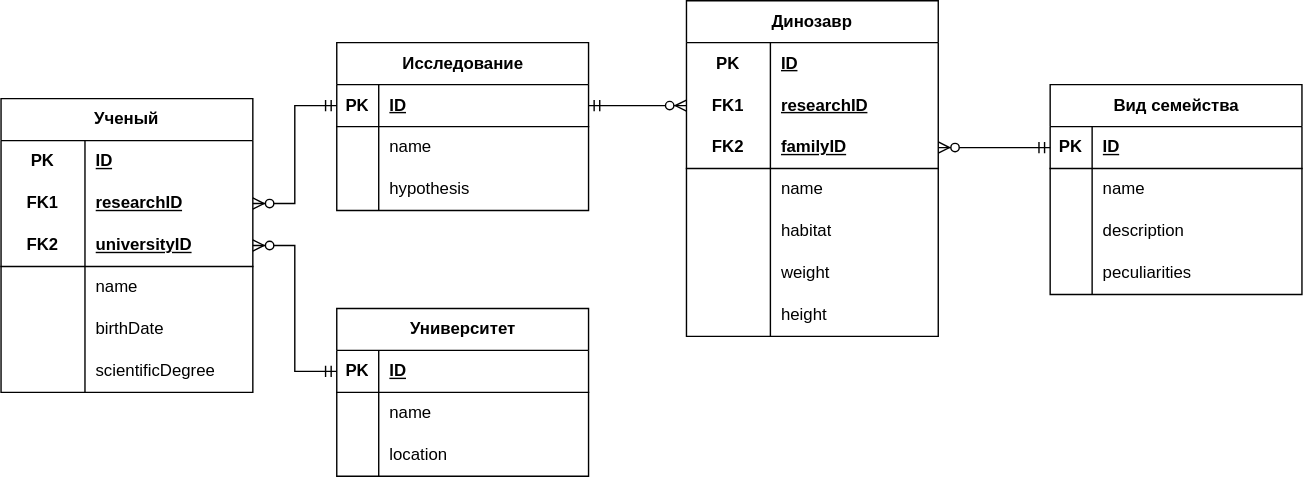
The draw.io diagram DataScience/lab1/bd.drawio.svg in yargames1/ITMO, before a commit. Source tidied: cells renumbered, new cells last; positions are measured from the earlier drawing's top-left corner, leaving out a move shared by most shapes.
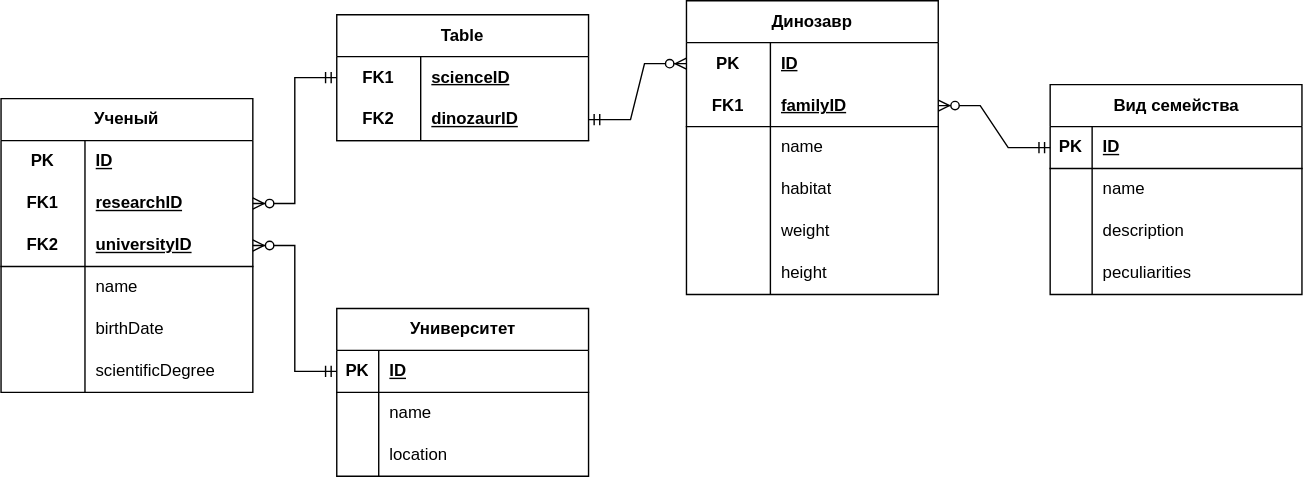
Later version of the same file.

Diff of the diagram source:
```diff
@@ -96,41 +96,11 @@
         </Array>
       </mxGeometry>
     </mxCell>
-    <mxCell id="32" value="&lt;span style=&quot;text-wrap-mode: wrap;&quot;&gt;Исследование&lt;/span&gt;" style="shape=table;startSize=30;rowLines=0;fontStyle=1;align=center;html=1;" parent="1" vertex="1">
-      <mxGeometry x="240" y="30" width="180" height="120" as="geometry" />
-    </mxCell>
-    <mxCell id="33" style="shape=tableRow;horizontal=0;startSize=0;swimlaneHead=0;swimlaneBody=0;fillColor=none;points=[[0,0.5],[1,0.5]];portConstraint=eastwest;top=0;left=0;right=0;bottom=1;" parent="32" vertex="1">
-      <mxGeometry y="30" width="180" height="30" as="geometry" />
-    </mxCell>
-    <mxCell id="34" value="PK" style="shape=partialRectangle;fillColor=none;top=0;left=0;bottom=0;right=0;fontStyle=1;overflow=hidden;whiteSpace=wrap;html=1;" parent="33" vertex="1">
-      <mxGeometry width="30" height="30" as="geometry" />
-    </mxCell>
-    <mxCell id="35" value="ID" style="shape=partialRectangle;fillColor=none;top=0;left=0;bottom=0;right=0;align=left;spacingLeft=6;fontStyle=5;overflow=hidden;whiteSpace=wrap;html=1;" parent="33" vertex="1">
-      <mxGeometry x="30" width="150" height="30" as="geometry" />
-    </mxCell>
-    <mxCell id="36" style="shape=tableRow;horizontal=0;startSize=0;swimlaneHead=0;swimlaneBody=0;fillColor=none;top=0;left=0;right=0;bottom=0;" parent="32" vertex="1">
-      <mxGeometry y="60" width="180" height="30" as="geometry" />
-    </mxCell>
-    <mxCell id="37" style="shape=partialRectangle;fillColor=none;top=0;left=0;bottom=0;right=0;overflow=hidden;whiteSpace=wrap;html=1;" parent="36" vertex="1">
-      <mxGeometry width="30" height="30" as="geometry" />
-    </mxCell>
-    <mxCell id="38" value="name" style="shape=partialRectangle;fillColor=none;top=0;left=0;bottom=0;right=0;align=left;spacingLeft=6;overflow=hidden;whiteSpace=wrap;html=1;" parent="36" vertex="1">
-      <mxGeometry x="30" width="150" height="30" as="geometry" />
-    </mxCell>
-    <mxCell id="39" style="shape=tableRow;horizontal=0;startSize=0;swimlaneHead=0;swimlaneBody=0;fillColor=none;top=0;left=0;right=0;bottom=0;" parent="32" vertex="1">
-      <mxGeometry y="90" width="180" height="30" as="geometry" />
-    </mxCell>
-    <mxCell id="40" style="shape=partialRectangle;fillColor=none;top=0;left=0;bottom=0;right=0;overflow=hidden;whiteSpace=wrap;html=1;" parent="39" vertex="1">
-      <mxGeometry width="30" height="30" as="geometry" />
-    </mxCell>
-    <mxCell id="41" value="hypothesis" style="shape=partialRectangle;fillColor=none;top=0;left=0;bottom=0;right=0;align=left;spacingLeft=6;overflow=hidden;whiteSpace=wrap;html=1;" parent="39" vertex="1">
-      <mxGeometry x="30" width="150" height="30" as="geometry" />
-    </mxCell>
-    <mxCell id="42" style="edgeStyle=entityRelationEdgeStyle;fontSize=12;html=1;endArrow=ERzeroToMany;startArrow=ERmandOne;rounded=0;exitX=0;exitY=0.5;exitDx=0;exitDy=0;entryX=1;entryY=0.5;entryDx=0;entryDy=0;" parent="1" edge="1" source="33" target="16">
+    <mxCell id="42" style="edgeStyle=entityRelationEdgeStyle;fontSize=12;html=1;endArrow=ERzeroToMany;startArrow=ERmandOne;rounded=0;exitX=0;exitY=0.5;exitDx=0;exitDy=0;entryX=1;entryY=0.5;entryDx=0;entryDy=0;" parent="1" edge="1" source="81" target="16">
       <mxGeometry relative="1" as="geometry" />
     </mxCell>
     <mxCell id="43" value="Динозавр" style="shape=table;startSize=30;rowLines=0;fontStyle=1;align=center;html=1;whiteSpace=wrap;" parent="1" vertex="1">
-      <mxGeometry x="490" width="180" height="240" as="geometry" />
+      <mxGeometry x="490" width="180" height="210" as="geometry" />
     </mxCell>
     <mxCell id="44" style="shape=tableRow;horizontal=0;startSize=0;swimlaneHead=0;swimlaneBody=0;fillColor=none;points=[[0,0.5],[1,0.5]];portConstraint=eastwest;top=0;left=0;right=0;bottom=0;html=1;" parent="43" vertex="1">
       <mxGeometry y="30" width="180" height="30" as="geometry" />
@@ -141,26 +111,17 @@
     <mxCell id="46" value="ID" style="shape=partialRectangle;fillColor=none;top=0;left=0;bottom=0;right=0;align=left;spacingLeft=6;fontStyle=5;overflow=hidden;html=1;whiteSpace=wrap;" parent="44" vertex="1">
       <mxGeometry x="60" width="120" height="30" as="geometry" />
     </mxCell>
-    <mxCell id="47" style="shape=tableRow;horizontal=0;startSize=0;swimlaneHead=0;swimlaneBody=0;fillColor=none;points=[[0,0.5],[1,0.5]];portConstraint=eastwest;top=0;left=0;right=0;bottom=0;html=1;" parent="43" vertex="1">
-      <mxGeometry y="60" width="180" height="30" as="geometry" />
-    </mxCell>
-    <mxCell id="48" value="FK1" style="shape=partialRectangle;fillColor=none;top=0;left=0;bottom=0;right=0;fontStyle=1;overflow=hidden;html=1;whiteSpace=wrap;" parent="47" vertex="1">
-      <mxGeometry width="60" height="30" as="geometry" />
-    </mxCell>
-    <mxCell id="49" value="researchID" style="shape=partialRectangle;fillColor=none;top=0;left=0;bottom=0;right=0;align=left;spacingLeft=6;fontStyle=5;overflow=hidden;html=1;whiteSpace=wrap;" parent="47" vertex="1">
-      <mxGeometry x="60" width="120" height="30" as="geometry" />
-    </mxCell>
     <mxCell id="50" style="shape=tableRow;horizontal=0;startSize=0;swimlaneHead=0;swimlaneBody=0;fillColor=none;points=[[0,0.5],[1,0.5]];portConstraint=eastwest;top=0;left=0;right=0;bottom=1;html=1;" parent="43" vertex="1">
-      <mxGeometry y="90" width="180" height="30" as="geometry" />
+      <mxGeometry y="60" width="180" height="30" as="geometry" />
     </mxCell>
-    <mxCell id="51" value="FK2" style="shape=partialRectangle;fillColor=none;top=0;left=0;bottom=0;right=0;fontStyle=1;overflow=hidden;html=1;whiteSpace=wrap;" parent="50" vertex="1">
+    <mxCell id="51" value="FK1" style="shape=partialRectangle;fillColor=none;top=0;left=0;bottom=0;right=0;fontStyle=1;overflow=hidden;html=1;whiteSpace=wrap;" parent="50" vertex="1">
       <mxGeometry width="60" height="30" as="geometry" />
     </mxCell>
     <mxCell id="52" value="familyID" style="shape=partialRectangle;fillColor=none;top=0;left=0;bottom=0;right=0;align=left;spacingLeft=6;fontStyle=5;overflow=hidden;html=1;whiteSpace=wrap;" parent="50" vertex="1">
       <mxGeometry x="60" width="120" height="30" as="geometry" />
     </mxCell>
     <mxCell id="53" style="shape=tableRow;horizontal=0;startSize=0;swimlaneHead=0;swimlaneBody=0;fillColor=none;top=0;left=0;right=0;bottom=0;html=1;" parent="43" vertex="1">
-      <mxGeometry y="120" width="180" height="30" as="geometry" />
+      <mxGeometry y="90" width="180" height="30" as="geometry" />
     </mxCell>
     <mxCell id="54" style="shape=partialRectangle;fillColor=none;top=0;left=0;bottom=0;right=0;overflow=hidden;html=1;whiteSpace=wrap;" parent="53" vertex="1">
       <mxGeometry width="60" height="30" as="geometry" />
@@ -169,7 +130,7 @@
       <mxGeometry x="60" width="120" height="30" as="geometry" />
     </mxCell>
     <mxCell id="56" style="shape=tableRow;horizontal=0;startSize=0;swimlaneHead=0;swimlaneBody=0;fillColor=none;top=0;left=0;right=0;bottom=0;html=1;" parent="43" vertex="1">
-      <mxGeometry y="150" width="180" height="30" as="geometry" />
+      <mxGeometry y="120" width="180" height="30" as="geometry" />
     </mxCell>
     <mxCell id="57" style="shape=partialRectangle;fillColor=none;top=0;left=0;bottom=0;right=0;overflow=hidden;html=1;whiteSpace=wrap;" parent="56" vertex="1">
       <mxGeometry width="60" height="30" as="geometry" />
@@ -178,7 +139,7 @@
       <mxGeometry x="60" width="120" height="30" as="geometry" />
     </mxCell>
     <mxCell id="59" style="shape=tableRow;horizontal=0;startSize=0;swimlaneHead=0;swimlaneBody=0;fillColor=none;top=0;left=0;right=0;bottom=0;html=1;" parent="43" vertex="1">
-      <mxGeometry y="180" width="180" height="30" as="geometry" />
+      <mxGeometry y="150" width="180" height="30" as="geometry" />
     </mxCell>
     <mxCell id="60" style="shape=partialRectangle;fillColor=none;top=0;left=0;bottom=0;right=0;overflow=hidden;html=1;whiteSpace=wrap;" parent="59" vertex="1">
       <mxGeometry width="60" height="30" as="geometry" />
@@ -187,7 +148,7 @@
       <mxGeometry x="60" width="120" height="30" as="geometry" />
     </mxCell>
     <mxCell id="62" style="shape=tableRow;horizontal=0;startSize=0;swimlaneHead=0;swimlaneBody=0;fillColor=none;top=0;left=0;right=0;bottom=0;html=1;" parent="43" vertex="1">
-      <mxGeometry y="210" width="180" height="30" as="geometry" />
+      <mxGeometry y="180" width="180" height="30" as="geometry" />
     </mxCell>
     <mxCell id="63" style="shape=partialRectangle;fillColor=none;top=0;left=0;bottom=0;right=0;overflow=hidden;html=1;whiteSpace=wrap;" parent="62" vertex="1">
       <mxGeometry width="60" height="30" as="geometry" />
@@ -234,7 +195,7 @@
     <mxCell id="77" value="peculiarities" style="shape=partialRectangle;fillColor=none;top=0;left=0;bottom=0;right=0;align=left;spacingLeft=6;overflow=hidden;whiteSpace=wrap;html=1;" parent="75" vertex="1">
       <mxGeometry x="30" width="150" height="30" as="geometry" />
     </mxCell>
-    <mxCell id="78" style="edgeStyle=entityRelationEdgeStyle;fontSize=12;html=1;endArrow=ERzeroToMany;startArrow=ERmandOne;rounded=0;exitX=1;exitY=0.5;exitDx=0;exitDy=0;entryX=0;entryY=0.5;entryDx=0;entryDy=0;" parent="1" edge="1" source="33" target="47">
+    <mxCell id="78" style="edgeStyle=entityRelationEdgeStyle;fontSize=12;html=1;endArrow=ERzeroToMany;startArrow=ERmandOne;rounded=0;exitX=1;exitY=0.5;exitDx=0;exitDy=0;entryX=0;entryY=0.5;entryDx=0;entryDy=0;" parent="1" edge="1" source="83" target="44">
       <mxGeometry relative="1" as="geometry" />
     </mxCell>
     <mxCell id="79" style="edgeStyle=entityRelationEdgeStyle;fontSize=12;html=1;endArrow=ERzeroToMany;startArrow=ERmandOne;rounded=0;entryX=1;entryY=0.5;entryDx=0;entryDy=0;exitX=0;exitY=0.5;exitDx=0;exitDy=0;" parent="1" edge="1" source="66" target="50">
@@ -245,5 +206,26 @@
         </Array>
       </mxGeometry>
     </mxCell>
+    <mxCell id="80" value="Table" style="shape=table;startSize=30;rowLines=0;fontStyle=1;align=center;html=1;whiteSpace=wrap;" parent="1" vertex="1">
+      <mxGeometry x="240" y="10" width="180" height="90" as="geometry" />
+    </mxCell>
+    <mxCell id="81" style="shape=tableRow;horizontal=0;startSize=0;swimlaneHead=0;swimlaneBody=0;fillColor=none;points=[[0,0.5],[1,0.5]];portConstraint=eastwest;top=0;left=0;right=0;bottom=0;html=1;" parent="80" vertex="1">
+      <mxGeometry y="30" width="180" height="30" as="geometry" />
+    </mxCell>
+    <mxCell id="48" value="FK1" style="shape=partialRectangle;fillColor=none;top=0;left=0;bottom=0;right=0;fontStyle=1;overflow=hidden;html=1;whiteSpace=wrap;" parent="81" vertex="1">
+      <mxGeometry width="60" height="30" as="geometry" />
+    </mxCell>
+    <mxCell id="82" value="scienceID" style="shape=partialRectangle;fillColor=none;top=0;left=0;bottom=0;right=0;align=left;spacingLeft=6;fontStyle=5;overflow=hidden;html=1;whiteSpace=wrap;" parent="81" vertex="1">
+      <mxGeometry x="60" width="120" height="30" as="geometry" />
+    </mxCell>
+    <mxCell id="83" style="shape=tableRow;horizontal=0;startSize=0;swimlaneHead=0;swimlaneBody=0;fillColor=none;points=[[0,0.5],[1,0.5]];portConstraint=eastwest;top=0;left=0;right=0;bottom=1;html=1;" parent="80" vertex="1">
+      <mxGeometry y="60" width="180" height="30" as="geometry" />
+    </mxCell>
+    <mxCell id="84" value="FK2" style="shape=partialRectangle;fillColor=none;top=0;left=0;bottom=0;right=0;fontStyle=1;overflow=hidden;html=1;whiteSpace=wrap;" parent="83" vertex="1">
+      <mxGeometry width="60" height="30" as="geometry" />
+    </mxCell>
+    <mxCell id="85" value="dinozaurID" style="shape=partialRectangle;fillColor=none;top=0;left=0;bottom=0;right=0;align=left;spacingLeft=6;fontStyle=5;overflow=hidden;html=1;whiteSpace=wrap;" parent="83" vertex="1">
+      <mxGeometry x="60" width="120" height="30" as="geometry" />
+    </mxCell>
   </root>
 </mxGraphModel>
```
